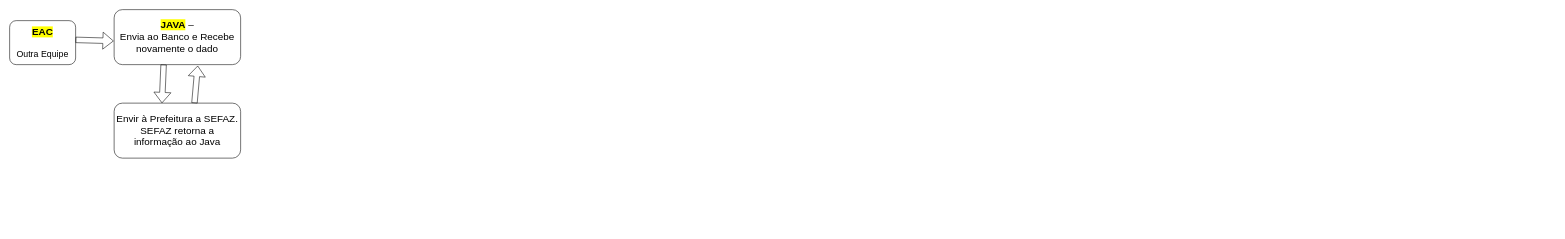
Before: fluxuograma_completo.drawio in cferrugem/drawio, a draw.io diagram. Source tidied: cells renumbered, new cells numbered last; positions are measured from the earlier drawing's top-left corner, leaving out a move shared by most shapes. Both pictures are drawn from the tidied source at 55%, with x=0, y=0 at pixel (9, 9).
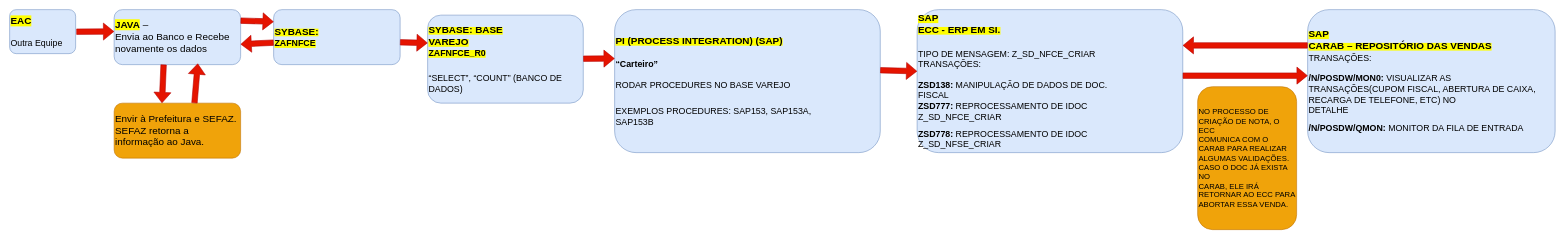
The same page after the edit.

What changed in the source:
```diff
@@
-    <mxCell id="2" value="&lt;font style=&quot;font-size: 18px;&quot;&gt;&lt;span style=&quot;font-family: Aptos; font-weight: 700; background-color: rgb(255, 255, 0);&quot;&gt;EAC&lt;/span&gt;&lt;br&gt;&lt;/font&gt;&lt;div&gt;&lt;font size=&quot;3&quot;&gt;&lt;br&gt;&lt;/font&gt;&lt;div&gt;&lt;font size=&quot;3&quot;&gt;Outra Equipe&lt;/font&gt;&lt;/div&gt;&lt;/div&gt;" style="rounded=1;whiteSpace=wrap;html=1;" parent="1" vertex="1">
-      <mxGeometry y="20" width="120" height="80" as="geometry" />
+    <mxCell id="2" value="&lt;font style=&quot;font-size: 18px;&quot;&gt;&lt;span style=&quot;font-family: Aptos; font-weight: 700; background-color: rgb(255, 255, 0);&quot;&gt;EAC&lt;/span&gt;&lt;br&gt;&lt;/font&gt;&lt;div&gt;&lt;font size=&quot;3&quot;&gt;&lt;br&gt;&lt;/font&gt;&lt;div&gt;&lt;font size=&quot;3&quot;&gt;Outra Equipe&lt;/font&gt;&lt;/div&gt;&lt;/div&gt;" style="rounded=1;whiteSpace=wrap;html=1;fillColor=#dae8fc;strokeColor=#6c8ebf;align=left;" parent="1" vertex="1">
+      <mxGeometry width="120" height="80" as="geometry" />
     </mxCell>
-    <mxCell id="3" value="&lt;p style=&quot;language:pt-BR;margin-top:0pt;margin-bottom:0pt;margin-left:0in;&lt;br/&gt;text-align:left;direction:ltr;unicode-bidi:embed;mso-line-break-override:none;&lt;br/&gt;word-break:normal;punctuation-wrap:hanging&quot;&gt;&lt;font style=&quot;font-size: 18px;&quot;&gt;&lt;span style=&quot;font-family: Aptos; background: yellow; font-weight: bold;&quot;&gt;JAVA&lt;/span&gt;&lt;span style=&quot;font-family: Aptos;&quot;&gt; –&lt;br&gt;Envia ao Banco e Recebe novamente o dado&lt;/span&gt;&lt;/font&gt;&lt;/p&gt;" style="rounded=1;whiteSpace=wrap;html=1;" parent="1" vertex="1">
+    <mxCell id="3" value="&lt;p style=&quot;language:pt-BR;margin-top:0pt;margin-bottom:0pt;margin-left:0in;&lt;br/&gt;text-align:left;direction:ltr;unicode-bidi:embed;mso-line-break-override:none;&lt;br/&gt;word-break:normal;punctuation-wrap:hanging&quot;&gt;&lt;font style=&quot;font-size: 18px;&quot;&gt;&lt;span style=&quot;font-family: Aptos; background: yellow; font-weight: bold;&quot;&gt;JAVA&lt;/span&gt;&lt;span style=&quot;font-family: Aptos;&quot;&gt; –&lt;br&gt;Envia ao Banco e Recebe novamente os dados&lt;/span&gt;&lt;/font&gt;&lt;/p&gt;" style="rounded=1;whiteSpace=wrap;html=1;fillColor=#dae8fc;strokeColor=#6c8ebf;align=left;" parent="1" vertex="1">
       <mxGeometry x="190" width="230" height="100" as="geometry" />
     </mxCell>
-    <mxCell id="4" value="&lt;p style=&quot;language:pt-BR;margin-top:0pt;margin-bottom:0pt;margin-left:0in;&lt;br/&gt;text-align:left;direction:ltr;unicode-bidi:embed;mso-line-break-override:none;&lt;br/&gt;word-break:normal;punctuation-wrap:hanging&quot;&gt;&lt;font style=&quot;font-size: 18px;&quot; face=&quot;Aptos&quot;&gt;Envir à Prefeitura a SEFAZ. SEFAZ retorna a informação ao Java&lt;/font&gt;&lt;/p&gt;" style="rounded=1;whiteSpace=wrap;html=1;" parent="1" vertex="1">
+    <mxCell id="4" value="&lt;p style=&quot;language:pt-BR;margin-top:0pt;margin-bottom:0pt;margin-left:0in;&lt;br/&gt;text-align:left;direction:ltr;unicode-bidi:embed;mso-line-break-override:none;&lt;br/&gt;word-break:normal;punctuation-wrap:hanging&quot;&gt;&lt;font face=&quot;Aptos&quot; style=&quot;font-size: 18px;&quot;&gt;Envir à Prefeitura e SEFAZ. SEFAZ retorna a informação ao Java.&lt;/font&gt;&lt;/p&gt;" style="rounded=1;whiteSpace=wrap;html=1;fillColor=#f0a30a;strokeColor=#BD7000;align=left;fontColor=#000000;verticalAlign=middle;fontFamily=Helvetica;fontSize=12;" parent="1" vertex="1">
       <mxGeometry x="190" y="170" width="230" height="100" as="geometry" />
     </mxCell>
-    <mxCell id="5" style="shape=flexArrow;endArrow=classic;html=1;rounded=1;entryX=-0.004;entryY=0.57;entryDx=0;entryDy=0;entryPerimeter=0;" parent="1" edge="1" target="3">
+    <mxCell id="5" style="shape=flexArrow;endArrow=classic;html=1;rounded=1;entryX=-0.002;entryY=0.487;entryDx=0;entryDy=0;entryPerimeter=0;fillColor=#e51400;strokeColor=#B20000;" parent="1" edge="1">
       <mxGeometry relative="1" as="geometry">
-        <mxPoint x="120" y="55" as="sourcePoint" />
+        <mxPoint x="121.4" y="40.1" as="sourcePoint" />
+        <mxPoint x="190" y="39.8" as="targetPoint" />
       </mxGeometry>
     </mxCell>
-    <mxCell id="6" style="shape=flexArrow;endArrow=classic;html=1;rounded=1;" parent="1" edge="1">
+    <mxCell id="6" style="shape=flexArrow;endArrow=classic;html=1;rounded=1;fillColor=#e51400;strokeColor=#B20000;" parent="1" edge="1">
       <mxGeometry relative="1" as="geometry">
         <mxPoint x="280" y="100" as="sourcePoint" />
         <mxPoint x="277" y="170" as="targetPoint" />
       </mxGeometry>
     </mxCell>
-    <mxCell id="7" style="shape=flexArrow;endArrow=classic;html=1;rounded=1;entryX=0.661;entryY=1.02;entryDx=0;entryDy=0;entryPerimeter=0;exitX=0.635;exitY=0;exitDx=0;exitDy=0;exitPerimeter=0;" parent="1" edge="1" source="4" target="3">
+    <mxCell id="7" style="shape=flexArrow;endArrow=classic;html=1;rounded=1;entryX=0.661;entryY=0.98;entryDx=0;entryDy=0;entryPerimeter=0;exitX=0.635;exitY=0;exitDx=0;exitDy=0;exitPerimeter=0;fillColor=#e51400;strokeColor=#B20000;" parent="1" edge="1" source="4" target="3">
       <mxGeometry relative="1" as="geometry" />
     </mxCell>
+    <mxCell id="8" value="&lt;p style=&quot;language:pt-BR;margin-top:0pt;margin-bottom:0pt;margin-left:0in;&lt;br/&gt;text-align:left;direction:ltr;unicode-bidi:embed;mso-line-break-override:none;&lt;br/&gt;word-break:normal;punctuation-wrap:hanging&quot;&gt;&lt;span style=&quot;font-family: Aptos; background: yellow; font-weight: bold;&quot;&gt;&lt;font style=&quot;font-size: 18px;&quot;&gt;SYBASE:&lt;/font&gt;&lt;/span&gt;&lt;/p&gt;&lt;p style=&quot;language:pt-BR;margin-top:0pt;margin-bottom:0pt;margin-left:0in;&lt;br/&gt;text-align:left;direction:ltr;unicode-bidi:embed;mso-line-break-override:none;&lt;br/&gt;word-break:normal;punctuation-wrap:hanging&quot;&gt;&lt;span style=&quot;font-family: Aptos; background: yellow; font-weight: bold;&quot;&gt;&lt;font size=&quot;3&quot;&gt;ZAFNFCE&lt;/font&gt;&lt;/span&gt;&lt;/p&gt;" style="rounded=1;whiteSpace=wrap;html=1;fillColor=#dae8fc;strokeColor=#6c8ebf;align=left;" parent="1" vertex="1">
+      <mxGeometry x="480" width="230" height="100" as="geometry" />
+    </mxCell>
+    <mxCell id="9" style="shape=flexArrow;endArrow=classic;html=1;rounded=1;entryX=0;entryY=0.32;entryDx=0;entryDy=0;entryPerimeter=0;fillColor=#e51400;strokeColor=#B20000;" parent="1" edge="1">
+      <mxGeometry relative="1" as="geometry">
+        <mxPoint x="420" y="20" as="sourcePoint" />
+        <mxPoint x="480" y="22" as="targetPoint" />
+      </mxGeometry>
+    </mxCell>
+    <mxCell id="10" style="shape=flexArrow;endArrow=classic;html=1;rounded=1;entryX=1;entryY=0.63;entryDx=0;entryDy=0;entryPerimeter=0;fillColor=#e51400;strokeColor=#B20000;" parent="1" edge="1" target="3">
+      <mxGeometry relative="1" as="geometry">
+        <mxPoint x="480" y="60" as="sourcePoint" />
+      </mxGeometry>
+    </mxCell>
+    <mxCell id="11" value="&lt;p style=&quot;language:pt-BR;margin-top:0pt;margin-bottom:0pt;margin-left:0in;&lt;br/&gt;text-align:left;direction:ltr;unicode-bidi:embed;mso-line-break-override:none;&lt;br/&gt;word-break:normal;punctuation-wrap:hanging&quot;&gt;&lt;span style=&quot;font-family: Aptos; background: yellow; font-weight: bold;&quot;&gt;&lt;font style=&quot;font-size: 18px;&quot;&gt;SYBASE: BASE&lt;br&gt;VAREJO&lt;/font&gt;&lt;/span&gt;&lt;/p&gt;&lt;p style=&quot;language:pt-BR;margin-top:0pt;margin-bottom:0pt;margin-left:0in;&lt;br/&gt;text-align:left;direction:ltr;unicode-bidi:embed;mso-line-break-override:none;&lt;br/&gt;word-break:normal;punctuation-wrap:hanging&quot;&gt;&lt;span style=&quot;font-family: Aptos; background: yellow; font-weight: bold;&quot;&gt;&lt;font size=&quot;3&quot;&gt;ZAFNFCE_R0&lt;/font&gt;&lt;/span&gt;&lt;/p&gt;&lt;p style=&quot;language:pt-BR;margin-top:0pt;margin-bottom:0pt;margin-left:0in;&lt;br/&gt;text-align:left;direction:ltr;unicode-bidi:embed;mso-line-break-override:none;&lt;br/&gt;word-break:normal;punctuation-wrap:hanging&quot;&gt;&lt;/p&gt;&lt;p style=&quot;language:pt-BR;margin-top:0pt;margin-bottom:0pt;margin-left:0in;&lt;br/&gt;text-align:left;direction:ltr;unicode-bidi:embed;mso-line-break-override:none;&lt;br/&gt;word-break:normal;punctuation-wrap:hanging&quot;&gt;&lt;br&gt;&lt;/p&gt;&lt;p style=&quot;language:pt-BR;margin-top:0pt;margin-bottom:0pt;margin-left:0in;&lt;br/&gt;text-align:left;direction:ltr;unicode-bidi:embed;mso-line-break-override:none;&lt;br/&gt;word-break:normal;punctuation-wrap:hanging&quot;&gt;&lt;/p&gt;&lt;p&gt;&lt;/p&gt;&lt;p style=&quot;language:pt-BR;margin-top:0pt;margin-bottom:0pt;margin-left:0in;&lt;br/&gt;text-align:left;direction:ltr;unicode-bidi:embed;mso-line-break-override:none;&lt;br/&gt;word-break:normal;punctuation-wrap:hanging&quot;&gt;&lt;span style=&quot;font-family: Aptos;&quot;&gt;&lt;font size=&quot;3&quot; style=&quot;&quot;&gt;“SELECT”, “COUNT” (BANCO DE DADOS)&lt;/font&gt;&lt;/span&gt;&lt;/p&gt;" style="rounded=1;whiteSpace=wrap;html=1;fillColor=#dae8fc;strokeColor=#6c8ebf;align=left;" parent="1" vertex="1">
+      <mxGeometry x="760" y="10" width="283" height="160" as="geometry" />
+    </mxCell>
+    <mxCell id="12" value="&lt;p style=&quot;language:pt-BR;margin-top:0pt;margin-bottom:0pt;margin-left:0in;&lt;br/&gt;text-align:left;direction:ltr;unicode-bidi:embed;mso-line-break-override:none;&lt;br/&gt;word-break:normal;punctuation-wrap:hanging&quot;&gt;&lt;span style=&quot;font-family: Aptos; background: yellow; font-weight: bold;&quot;&gt;&lt;font style=&quot;font-size: 18px;&quot;&gt;PI (PROCESS INTEGRATION) (SAP)&lt;/font&gt;&lt;/span&gt;&lt;/p&gt;&lt;p style=&quot;language:pt-BR;margin-top:0pt;margin-bottom:0pt;margin-left:0in;&lt;br/&gt;text-align:left;direction:ltr;unicode-bidi:embed;mso-line-break-override:none;&lt;br/&gt;word-break:normal;punctuation-wrap:hanging&quot;&gt;&lt;span style=&quot;font-family: Aptos; background: yellow; font-weight: bold;&quot;&gt;&lt;font style=&quot;font-size: 18px;&quot;&gt;&lt;br&gt;&lt;/font&gt;&lt;/span&gt;&lt;/p&gt;&lt;p style=&quot;language:pt-BR;margin-top:0pt;margin-bottom:0pt;margin-left:0in;&lt;br/&gt;text-align:left;direction:ltr;unicode-bidi:embed;mso-line-break-override:none;&lt;br/&gt;word-break:normal;punctuation-wrap:hanging&quot;&gt;&lt;/p&gt;&lt;p style=&quot;language:pt-BR;margin-top:0pt;margin-bottom:0pt;margin-left:0in;&lt;br/&gt;text-align:left;direction:ltr;unicode-bidi:embed;mso-line-break-override:none;&lt;br/&gt;word-break:normal;punctuation-wrap:hanging&quot;&gt;&lt;span style=&quot;font-family: Aptos; font-weight: bold;&quot;&gt;&lt;font size=&quot;3&quot;&gt;“Carteiro”&lt;/font&gt;&lt;/span&gt;&lt;/p&gt;&lt;p style=&quot;language:pt-BR;margin-top:0pt;margin-bottom:0pt;margin-left:0in;&lt;br/&gt;text-align:left;direction:ltr;unicode-bidi:embed;mso-line-break-override:none;&lt;br/&gt;word-break:normal;punctuation-wrap:hanging&quot;&gt;&lt;span style=&quot;font-family: Aptos; font-weight: bold;&quot;&gt;&lt;font size=&quot;3&quot;&gt;&lt;br&gt;&lt;/font&gt;&lt;/span&gt;&lt;/p&gt;&lt;p style=&quot;language:pt-BR;margin-top:0pt;margin-bottom:0pt;margin-left:0in;&lt;br/&gt;text-align:left;direction:ltr;unicode-bidi:embed;mso-line-break-override:none;&lt;br/&gt;word-break:normal;punctuation-wrap:hanging&quot;&gt;&lt;/p&gt;&lt;p style=&quot;language:pt-BR;margin-top:0pt;margin-bottom:0pt;margin-left:0in;&lt;br/&gt;text-align:left;direction:ltr;unicode-bidi:embed;mso-line-break-override:none;&lt;br/&gt;word-break:normal;punctuation-wrap:hanging&quot;&gt;&lt;span style=&quot;font-family: Aptos;&quot;&gt;&lt;font size=&quot;3&quot;&gt;RODAR PROCEDURES NO BASE VAREJO&lt;/font&gt;&lt;/span&gt;&lt;/p&gt;&lt;p style=&quot;language:pt-BR;margin-top:0pt;margin-bottom:0pt;margin-left:0in;&lt;br/&gt;text-align:left;direction:ltr;unicode-bidi:embed;mso-line-break-override:none;&lt;br/&gt;word-break:normal;punctuation-wrap:hanging&quot;&gt;&lt;/p&gt;&lt;p style=&quot;language:pt-BR;margin-top:0pt;margin-bottom:0pt;margin-left:0in;&lt;br/&gt;text-align:left;direction:ltr;unicode-bidi:embed;mso-line-break-override:none;&lt;br/&gt;word-break:normal;punctuation-wrap:hanging&quot;&gt;&lt;br&gt;&lt;br&gt;&lt;/p&gt;&lt;p style=&quot;language:pt-BR;margin-top:0pt;margin-bottom:0pt;margin-left:0in;&lt;br/&gt;text-align:left;direction:ltr;unicode-bidi:embed;mso-line-break-override:none;&lt;br/&gt;word-break:normal;punctuation-wrap:hanging&quot;&gt;&lt;span style=&quot;font-family: Aptos;&quot;&gt;&lt;font size=&quot;3&quot;&gt;EXEMPLOS PROCEDURES: SAP153, SAP153A,&lt;br&gt;SAP153B&lt;/font&gt;&lt;/span&gt;&lt;/p&gt;" style="rounded=1;whiteSpace=wrap;html=1;fillColor=#dae8fc;strokeColor=#6c8ebf;align=left;" parent="1" vertex="1">
+      <mxGeometry x="1100" width="483" height="260" as="geometry" />
+    </mxCell>
+    <mxCell id="13" style="shape=flexArrow;endArrow=classic;html=1;rounded=1;entryX=0;entryY=0.316;entryDx=0;entryDy=0;entryPerimeter=0;fillColor=#e51400;strokeColor=#B20000;" parent="1" edge="1" target="11">
+      <mxGeometry relative="1" as="geometry">
+        <mxPoint x="710" y="59.5" as="sourcePoint" />
+      </mxGeometry>
+    </mxCell>
+    <mxCell id="14" style="shape=flexArrow;endArrow=classic;html=1;rounded=1;fillColor=#e51400;strokeColor=#B20000;" parent="1" edge="1">
+      <mxGeometry relative="1" as="geometry">
+        <mxPoint x="1043" y="89.2" as="sourcePoint" />
+        <mxPoint x="1100" y="89" as="targetPoint" />
+      </mxGeometry>
+    </mxCell>
+    <mxCell id="15" value="&lt;p style=&quot;language:pt-BR;margin-top:0pt;margin-bottom:0pt;margin-left:0in;&lt;br/&gt;text-align:left;direction:ltr;unicode-bidi:embed;mso-line-break-override:none;&lt;br/&gt;word-break:normal;punctuation-wrap:hanging&quot;&gt;&lt;span style=&quot;font-family: Aptos; background: yellow; font-weight: bold;&quot;&gt;&lt;font style=&quot;font-size: 18px;&quot;&gt;SAP&lt;br&gt;ECC - ERP EM SI.&lt;/font&gt;&lt;/span&gt;&lt;/p&gt;&lt;p style=&quot;language:pt-BR;margin-top:0pt;margin-bottom:0pt;margin-left:0in;&lt;br/&gt;text-align:left;direction:ltr;unicode-bidi:embed;mso-line-break-override:none;&lt;br/&gt;word-break:normal;punctuation-wrap:hanging&quot;&gt;&lt;span style=&quot;font-family: Aptos; background: yellow; font-weight: bold;&quot;&gt;&lt;font style=&quot;font-size: 18px;&quot;&gt;&lt;br&gt;&lt;/font&gt;&lt;/span&gt;&lt;/p&gt;&lt;p style=&quot;language:pt-BR;margin-top:0pt;margin-bottom:0pt;margin-left:0in;&lt;br/&gt;text-align:left;direction:ltr;unicode-bidi:embed;mso-line-break-override:none;&lt;br/&gt;word-break:normal;punctuation-wrap:hanging&quot;&gt;&lt;/p&gt;&lt;p style=&quot;language:pt-BR;margin-top:0pt;margin-bottom:0pt;margin-left:0in;&lt;br/&gt;text-align:left;direction:ltr;unicode-bidi:embed;mso-line-break-override:none;&lt;br/&gt;word-break:normal;punctuation-wrap:hanging&quot;&gt;&lt;span style=&quot;font-family: Aptos;&quot;&gt;&lt;font size=&quot;3&quot;&gt;TIPO DE MENSAGEM: Z_SD_NFCE_CRIAR&lt;/font&gt;&lt;/span&gt;&lt;/p&gt;&lt;p style=&quot;language:pt-BR;margin-top:0pt;margin-bottom:0pt;margin-left:0in;&lt;br/&gt;text-align:left;direction:ltr;unicode-bidi:embed;mso-line-break-override:none;&lt;br/&gt;word-break:normal;punctuation-wrap:hanging&quot;&gt;&lt;/p&gt;&lt;p style=&quot;language:pt-BR;margin-top:0pt;margin-bottom:0pt;margin-left:0in;&lt;br/&gt;text-align:left;direction:ltr;unicode-bidi:embed;mso-line-break-override:none;&lt;br/&gt;word-break:normal;punctuation-wrap:hanging&quot;&gt;&lt;span style=&quot;font-family: Aptos;&quot;&gt;&lt;font size=&quot;3&quot;&gt;TRANSAÇÕES:&lt;/font&gt;&lt;/span&gt;&lt;/p&gt;&lt;p style=&quot;language:pt-BR;margin-top:0pt;margin-bottom:0pt;margin-left:0in;&lt;br/&gt;text-align:left;direction:ltr;unicode-bidi:embed;mso-line-break-override:none;&lt;br/&gt;word-break:normal;punctuation-wrap:hanging&quot;&gt;&lt;span style=&quot;font-family: Aptos;&quot;&gt;&lt;font size=&quot;3&quot;&gt;&lt;br&gt;&lt;/font&gt;&lt;/span&gt;&lt;/p&gt;&lt;p style=&quot;language:pt-BR;margin-top:0pt;margin-bottom:0pt;margin-left:0in;&lt;br/&gt;text-align:left;direction:ltr;unicode-bidi:embed;mso-line-break-override:none;&lt;br/&gt;word-break:normal;punctuation-wrap:hanging&quot;&gt;&lt;/p&gt;&lt;p style=&quot;language:pt-BR;margin-top:0pt;margin-bottom:0pt;margin-left:0in;&lt;br/&gt;text-align:left;direction:ltr;unicode-bidi:embed;mso-line-break-override:none;&lt;br/&gt;word-break:normal;punctuation-wrap:hanging&quot;&gt;&lt;span style=&quot;font-family: Aptos;&quot;&gt;&lt;font size=&quot;3&quot;&gt;&lt;b&gt;ZSD138: &lt;/b&gt;MANIPULAÇÃO DE DADOS DE DOC.&lt;br&gt;FISCAL&lt;/font&gt;&lt;/span&gt;&lt;/p&gt;&lt;p style=&quot;language:pt-BR;margin-top:0pt;margin-bottom:0pt;margin-left:0in;&lt;br/&gt;text-align:left;direction:ltr;unicode-bidi:embed;mso-line-break-override:none;&lt;br/&gt;word-break:normal;punctuation-wrap:hanging&quot;&gt;&lt;span style=&quot;font-family: Aptos;&quot;&gt;&lt;font size=&quot;3&quot;&gt;&lt;b&gt;ZSD777: &lt;/b&gt;REPROCESSAMENTO DE IDOC&lt;br&gt;Z_SD_NFCE_CRIAR&lt;/font&gt;&lt;/span&gt;&lt;/p&gt;&lt;p style=&quot;language:pt-BR;margin-top:0pt;margin-bottom:0pt;margin-left:0in;&lt;br/&gt;text-align:left;direction:ltr;unicode-bidi:embed;mso-line-break-override:none;&lt;br/&gt;word-break:normal;punctuation-wrap:hanging&quot;&gt;&lt;/p&gt;&lt;p&gt;&lt;/p&gt;&lt;p style=&quot;language:pt-BR;margin-top:0pt;margin-bottom:0pt;margin-left:0in;&lt;br/&gt;text-align:left;direction:ltr;unicode-bidi:embed;mso-line-break-override:none;&lt;br/&gt;word-break:normal;punctuation-wrap:hanging&quot;&gt;&lt;span style=&quot;font-family: Aptos;&quot;&gt;&lt;font size=&quot;3&quot;&gt;&lt;b&gt;ZSD778: &lt;/b&gt;REPROCESSAMENTO DE IDOC&lt;br&gt;Z_SD_NFSE_CRIAR&lt;/font&gt;&lt;/span&gt;&lt;/p&gt;" style="rounded=1;whiteSpace=wrap;html=1;fillColor=#dae8fc;strokeColor=#6c8ebf;align=left;" parent="1" vertex="1">
+      <mxGeometry x="1650" width="483" height="260" as="geometry" />
+    </mxCell>
+    <mxCell id="16" style="shape=flexArrow;endArrow=classic;html=1;rounded=1;fillColor=#e51400;strokeColor=#B20000;" parent="1" edge="1">
+      <mxGeometry relative="1" as="geometry">
+        <mxPoint x="1583" y="110.2" as="sourcePoint" />
+        <mxPoint x="1650" y="112" as="targetPoint" />
+      </mxGeometry>
+    </mxCell>
+    <mxCell id="17" value="&lt;p style=&quot;language:pt-BR;margin-top:0pt;margin-bottom:0pt;margin-left:0in;&lt;br/&gt;text-align:left;direction:ltr;unicode-bidi:embed;mso-line-break-override:none;&lt;br/&gt;word-break:normal;punctuation-wrap:hanging&quot;&gt;&lt;span style=&quot;font-family: Aptos; background: yellow; font-weight: bold;&quot;&gt;&lt;font style=&quot;font-size: 18px;&quot;&gt;SAP&lt;br&gt;CARAB – REPOSITÓRIO DAS VENDAS&lt;/font&gt;&lt;/span&gt;&lt;/p&gt;&lt;p style=&quot;language:pt-BR;margin-top:0pt;margin-bottom:0pt;margin-left:0in;&lt;br/&gt;text-align:left;direction:ltr;unicode-bidi:embed;mso-line-break-override:none;&lt;br/&gt;word-break:normal;punctuation-wrap:hanging&quot;&gt;&lt;/p&gt;&lt;p style=&quot;language:pt-BR;margin-top:0pt;margin-bottom:0pt;margin-left:0in;&lt;br/&gt;text-align:left;direction:ltr;unicode-bidi:embed;mso-line-break-override:none;&lt;br/&gt;word-break:normal;punctuation-wrap:hanging&quot;&gt;&lt;span style=&quot;font-family: Aptos;&quot;&gt;&lt;font size=&quot;3&quot;&gt;TRANSAÇÕES: &lt;/font&gt;&lt;/span&gt;&lt;/p&gt;&lt;p style=&quot;language:pt-BR;margin-top:0pt;margin-bottom:0pt;margin-left:0in;&lt;br/&gt;text-align:left;direction:ltr;unicode-bidi:embed;mso-line-break-override:none;&lt;br/&gt;word-break:normal;punctuation-wrap:hanging&quot;&gt;&lt;span style=&quot;font-family: Aptos;&quot;&gt;&lt;font size=&quot;3&quot;&gt;&lt;br&gt;&lt;/font&gt;&lt;/span&gt;&lt;/p&gt;&lt;p style=&quot;language:pt-BR;margin-top:0pt;margin-bottom:0pt;margin-left:0in;&lt;br/&gt;text-align:left;direction:ltr;unicode-bidi:embed;mso-line-break-override:none;&lt;br/&gt;word-break:normal;punctuation-wrap:hanging&quot;&gt;&lt;/p&gt;&lt;p style=&quot;language:pt-BR;margin-top:0pt;margin-bottom:0pt;margin-left:0in;&lt;br/&gt;text-align:left;direction:ltr;unicode-bidi:embed;mso-line-break-override:none;&lt;br/&gt;word-break:normal;punctuation-wrap:hanging&quot;&gt;&lt;span style=&quot;font-family: Aptos;&quot;&gt;&lt;font size=&quot;3&quot;&gt;&lt;b&gt;/N/POSDW/MON0:&lt;/b&gt; VISUALIZAR AS&lt;br&gt;TRANSAÇÕES(CUPOM FISCAL, ABERTURA DE CAIXA, RECARGA DE TELEFONE, ETC) NO&lt;br&gt;DETALHE&lt;/font&gt;&lt;/span&gt;&lt;/p&gt;&lt;p style=&quot;language:pt-BR;margin-top:0pt;margin-bottom:0pt;margin-left:0in;&lt;br/&gt;text-align:left;direction:ltr;unicode-bidi:embed;mso-line-break-override:none;&lt;br/&gt;word-break:normal;punctuation-wrap:hanging&quot;&gt;&lt;/p&gt;&lt;p style=&quot;language:pt-BR;margin-top:0pt;margin-bottom:0pt;margin-left:0in;&lt;br/&gt;text-align:left;direction:ltr;unicode-bidi:embed;mso-line-break-override:none;&lt;br/&gt;word-break:normal;punctuation-wrap:hanging&quot;&gt;&lt;br&gt;&lt;/p&gt;&lt;p style=&quot;language:pt-BR;margin-top:0pt;margin-bottom:0pt;margin-left:0in;&lt;br/&gt;text-align:left;direction:ltr;unicode-bidi:embed;mso-line-break-override:none;&lt;br/&gt;word-break:normal;punctuation-wrap:hanging&quot;&gt;&lt;span style=&quot;font-family: Aptos;&quot;&gt;&lt;font size=&quot;3&quot; style=&quot;&quot;&gt;&lt;b&gt;/N/POSDW/QMON:&lt;/b&gt; MONITOR DA FILA DE ENTRADA&lt;/font&gt;&lt;/span&gt;&lt;/p&gt;" style="rounded=1;whiteSpace=wrap;html=1;fillColor=#dae8fc;strokeColor=#6c8ebf;align=left;" parent="1" vertex="1">
+      <mxGeometry x="2360" width="450" height="260" as="geometry" />
+    </mxCell>
+    <mxCell id="18" style="shape=flexArrow;endArrow=classic;html=1;rounded=1;fillColor=#e51400;strokeColor=#B20000;" parent="1" edge="1">
+      <mxGeometry relative="1" as="geometry">
+        <mxPoint x="2133" y="120" as="sourcePoint" />
+        <mxPoint x="2360" y="120" as="targetPoint" />
+      </mxGeometry>
+    </mxCell>
+    <mxCell id="19" value="&lt;p style=&quot;margin-top: 0pt; margin-bottom: 0pt; margin-left: 0in; direction: ltr; unicode-bidi: embed; word-break: normal;&quot;&gt;&lt;span style=&quot;font-family: Aptos; font-size: 14px;&quot;&gt;&lt;font style=&quot;font-size: 14px;&quot;&gt;NO PROCESSO DE CRIAÇÃO DE NOTA, O ECC&lt;br&gt;COMUNICA COM O CARAB PARA REALIZAR ALGUMAS VALIDAÇÕES. CASO O DOC JÁ EXISTA NO&lt;br&gt;CARAB, ELE IRÁ RETORNAR AO ECC PARA ABORTAR ESSA VENDA.&lt;/font&gt;&lt;/span&gt;&lt;/p&gt;" style="rounded=1;whiteSpace=wrap;html=1;fillColor=#f0a30a;strokeColor=#BD7000;fontColor=#000000;align=left;" parent="1" vertex="1">
+      <mxGeometry x="2160" y="140" width="180" height="260" as="geometry" />
+    </mxCell>
+    <mxCell id="20" style="shape=flexArrow;endArrow=classic;html=1;rounded=1;fillColor=#e51400;strokeColor=#B20000;exitX=0;exitY=0.25;exitDx=0;exitDy=0;entryX=1;entryY=0.25;entryDx=0;entryDy=0;" parent="1" edge="1" source="17" target="15">
+      <mxGeometry relative="1" as="geometry" />
+    </mxCell>
```
